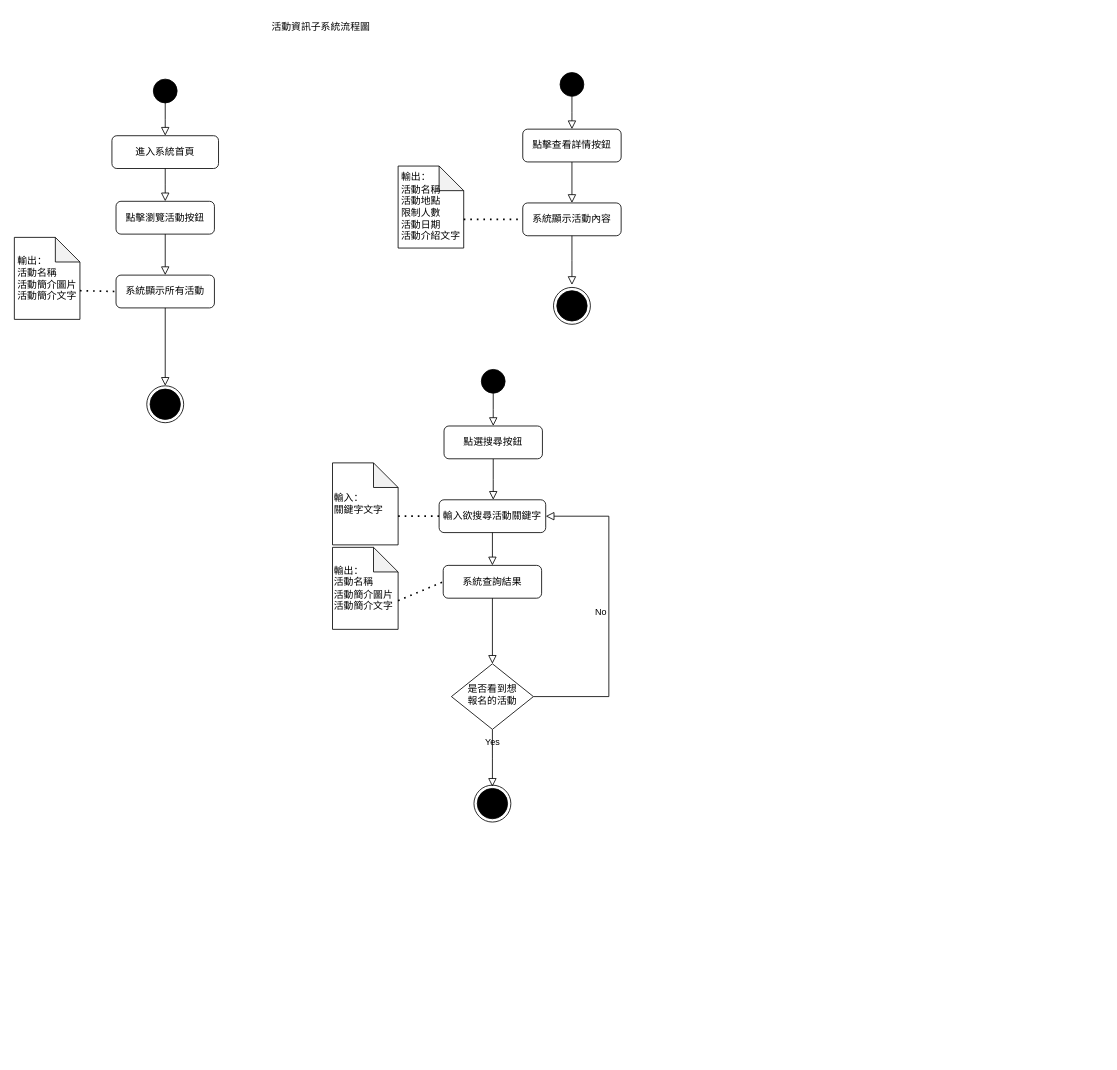
liangyinglly/liangyinglly keeps this draw.io diagram as page "Page-1" (1 of 2) of .drawio. Above is the earlier version. Source tidied: cells renumbered, new cells numbered last; positions are measured from the earlier drawing's top-left corner, leaving out a move shared by most shapes. Both pictures are drawn from the tidied source at 82%, with x=0, y=0 at pixel (14, 14).
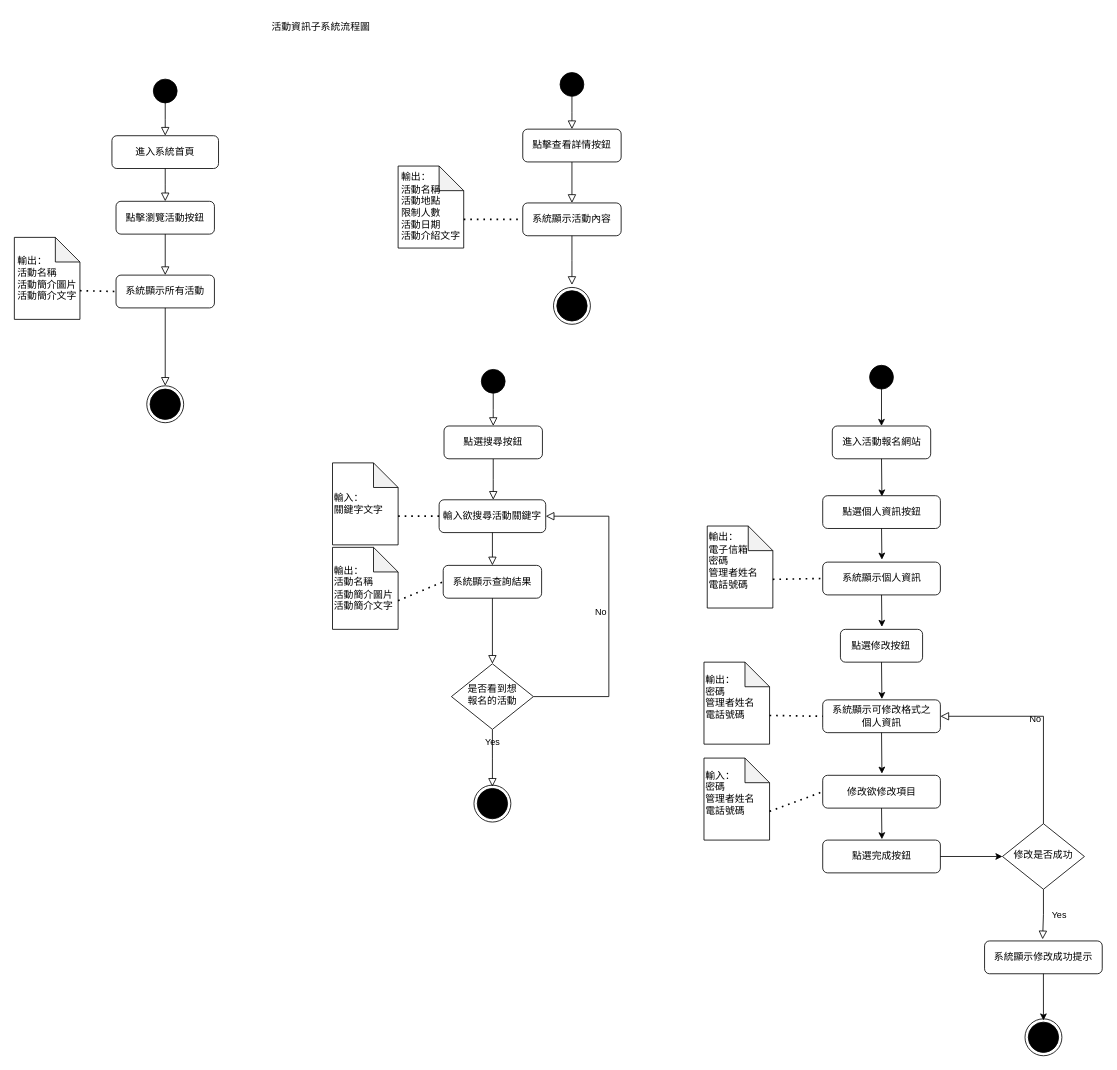
The same page after the edit.

What changed in the source:
```diff
@@
-    <mxCell id="14" value="系統查詢結果" style="rounded=1;whiteSpace=wrap;html=1;fontSize=12;glass=0;strokeWidth=1;shadow=0;" parent="1" vertex="1">
+    <mxCell id="14" value="系統顯示查詢結果" style="rounded=1;whiteSpace=wrap;html=1;fontSize=12;glass=0;strokeWidth=1;shadow=0;" parent="1" vertex="1">
       <mxGeometry x="523" y="672" width="120" height="40" as="geometry" />
     </mxCell>
@@
+    <mxCell id="42" style="ellipse;whiteSpace=wrap;html=1;fillColor=#000000;" parent="1" vertex="1">
+      <mxGeometry x="1043" y="428" width="29" height="29" as="geometry" />
+    </mxCell>
+    <mxCell id="43" style="endArrow=classic;html=1;rounded=0;exitX=0.5;exitY=1;exitDx=0;exitDy=0;entryX=0.5;entryY=0;entryDx=0;entryDy=0;" parent="1" edge="1" source="42" target="44">
+      <mxGeometry relative="1" as="geometry" />
+    </mxCell>
+    <mxCell id="44" value="進入活動報名網站" style="rounded=1;whiteSpace=wrap;html=1;fontSize=12;glass=0;strokeWidth=1;shadow=0;" parent="1" vertex="1">
+      <mxGeometry x="997.5" y="502" width="120" height="40" as="geometry" />
+    </mxCell>
+    <mxCell id="45" style="endArrow=classic;html=1;rounded=0;exitX=0.5;exitY=1;exitDx=0;exitDy=0;" parent="1" edge="1" source="44">
+      <mxGeometry relative="1" as="geometry">
+        <mxPoint x="1058" y="588" as="targetPoint" />
+      </mxGeometry>
+    </mxCell>
+    <mxCell id="46" value="點選個人資訊按鈕" style="rounded=1;whiteSpace=wrap;html=1;fontSize=12;glass=0;strokeWidth=1;shadow=0;" parent="1" vertex="1">
+      <mxGeometry x="985.8" y="587" width="143.5" height="40" as="geometry" />
+    </mxCell>
+    <mxCell id="47" style="endArrow=classic;html=1;rounded=0;exitX=0.5;exitY=1;exitDx=0;exitDy=0;" parent="1" edge="1" source="46">
+      <mxGeometry relative="1" as="geometry">
+        <mxPoint x="1058" y="665" as="targetPoint" />
+      </mxGeometry>
+    </mxCell>
+    <mxCell id="48" value="系統顯示個人資訊" style="rounded=1;whiteSpace=wrap;html=1;fontSize=12;glass=0;strokeWidth=1;shadow=0;" parent="1" vertex="1">
+      <mxGeometry x="985.8" y="668" width="143.5" height="40" as="geometry" />
+    </mxCell>
+    <mxCell id="49" value="&lt;div style=&quot;border-color: var(--border-color);&quot;&gt;輸出：&lt;/div&gt;&lt;div style=&quot;border-color: var(--border-color);&quot;&gt;電子信箱&lt;/div&gt;&lt;div style=&quot;border-color: var(--border-color);&quot;&gt;密碼&lt;/div&gt;&lt;div style=&quot;border-color: var(--border-color);&quot;&gt;管理者姓名&lt;/div&gt;&lt;div style=&quot;border-color: var(--border-color);&quot;&gt;電話號碼&lt;/div&gt;&lt;div style=&quot;border-color: var(--border-color);&quot;&gt;&lt;br&gt;&lt;/div&gt;" style="shape=note;whiteSpace=wrap;html=1;backgroundOutline=1;darkOpacity=0.05;align=left;" parent="1" vertex="1">
+      <mxGeometry x="845" y="624" width="80" height="100" as="geometry" />
+    </mxCell>
+    <mxCell id="50" style="endArrow=none;dashed=1;html=1;dashPattern=1 3;strokeWidth=2;rounded=0;exitX=0;exitY=0;exitDx=80;exitDy=65;exitPerimeter=0;entryX=0;entryY=0.5;entryDx=0;entryDy=0;" parent="1" edge="1" source="49" target="48">
+      <mxGeometry relative="1" as="geometry" />
+    </mxCell>
+    <mxCell id="51" style="endArrow=classic;html=1;rounded=0;exitX=0.5;exitY=1;exitDx=0;exitDy=0;" parent="1" edge="1" source="48">
+      <mxGeometry relative="1" as="geometry">
+        <mxPoint x="1058" y="747" as="targetPoint" />
+      </mxGeometry>
+    </mxCell>
+    <mxCell id="52" value="點選修改按鈕" style="rounded=1;whiteSpace=wrap;html=1;fontSize=12;glass=0;strokeWidth=1;shadow=0;" parent="1" vertex="1">
+      <mxGeometry x="1007.4" y="750" width="100.2" height="40" as="geometry" />
+    </mxCell>
+    <mxCell id="53" style="endArrow=classic;html=1;rounded=0;exitX=0.5;exitY=1;exitDx=0;exitDy=0;" parent="1" edge="1" source="52">
+      <mxGeometry relative="1" as="geometry">
+        <mxPoint x="1058" y="835" as="targetPoint" />
+      </mxGeometry>
+    </mxCell>
+    <mxCell id="54" value="系統顯示可修改格式之&lt;br&gt;個人資訊" style="rounded=1;whiteSpace=wrap;html=1;fontSize=12;glass=0;strokeWidth=1;shadow=0;" parent="1" vertex="1">
+      <mxGeometry x="985.8" y="836" width="143.5" height="40" as="geometry" />
+    </mxCell>
+    <mxCell id="55" value="&lt;div style=&quot;border-color: var(--border-color);&quot;&gt;輸出：&lt;/div&gt;&lt;div style=&quot;border-color: var(--border-color);&quot;&gt;密碼&lt;/div&gt;&lt;div style=&quot;border-color: var(--border-color);&quot;&gt;管理者姓名&lt;/div&gt;&lt;div style=&quot;border-color: var(--border-color);&quot;&gt;電話號碼&lt;/div&gt;&lt;div style=&quot;border-color: var(--border-color);&quot;&gt;&lt;br&gt;&lt;/div&gt;" style="shape=note;whiteSpace=wrap;html=1;backgroundOutline=1;darkOpacity=0.05;align=left;" parent="1" vertex="1">
+      <mxGeometry x="841" y="790" width="80" height="100" as="geometry" />
+    </mxCell>
+    <mxCell id="56" style="endArrow=none;dashed=1;html=1;dashPattern=1 3;strokeWidth=2;rounded=0;exitX=0;exitY=0;exitDx=80;exitDy=65;exitPerimeter=0;entryX=0;entryY=0.5;entryDx=0;entryDy=0;" parent="1" edge="1" source="55" target="54">
+      <mxGeometry relative="1" as="geometry" />
+    </mxCell>
+    <mxCell id="57" style="endArrow=classic;html=1;rounded=0;exitX=0.5;exitY=1;exitDx=0;exitDy=0;" parent="1" edge="1" source="54">
+      <mxGeometry relative="1" as="geometry">
+        <mxPoint x="1058" y="926" as="targetPoint" />
+      </mxGeometry>
+    </mxCell>
+    <mxCell id="58" value="修改欲修改項目" style="rounded=1;whiteSpace=wrap;html=1;fontSize=12;glass=0;strokeWidth=1;shadow=0;" parent="1" vertex="1">
+      <mxGeometry x="985.8" y="928" width="143.5" height="40" as="geometry" />
+    </mxCell>
+    <mxCell id="59" value="&lt;div style=&quot;border-color: var(--border-color);&quot;&gt;輸入：&lt;/div&gt;&lt;div style=&quot;border-color: var(--border-color);&quot;&gt;密碼&lt;/div&gt;&lt;div style=&quot;border-color: var(--border-color);&quot;&gt;管理者姓名&lt;/div&gt;&lt;div style=&quot;border-color: var(--border-color);&quot;&gt;電話號碼&lt;/div&gt;&lt;div style=&quot;border-color: var(--border-color);&quot;&gt;&lt;br&gt;&lt;/div&gt;" style="shape=note;whiteSpace=wrap;html=1;backgroundOutline=1;darkOpacity=0.05;align=left;" parent="1" vertex="1">
+      <mxGeometry x="841" y="907" width="80" height="100" as="geometry" />
+    </mxCell>
+    <mxCell id="60" style="endArrow=none;dashed=1;html=1;dashPattern=1 3;strokeWidth=2;rounded=0;exitX=0;exitY=0;exitDx=80;exitDy=65;exitPerimeter=0;entryX=0;entryY=0.5;entryDx=0;entryDy=0;" parent="1" edge="1" source="59" target="58">
+      <mxGeometry relative="1" as="geometry" />
+    </mxCell>
+    <mxCell id="61" style="endArrow=classic;html=1;rounded=0;exitX=0.5;exitY=1;exitDx=0;exitDy=0;" parent="1" edge="1" source="58">
+      <mxGeometry relative="1" as="geometry">
+        <mxPoint x="1058" y="1006" as="targetPoint" />
+      </mxGeometry>
+    </mxCell>
+    <mxCell id="62" value="點選完成按鈕" style="rounded=1;whiteSpace=wrap;html=1;fontSize=12;glass=0;strokeWidth=1;shadow=0;" parent="1" vertex="1">
+      <mxGeometry x="985.8" y="1007" width="143.5" height="40" as="geometry" />
+    </mxCell>
+    <mxCell id="63" value="修改是否成功" style="rhombus;whiteSpace=wrap;html=1;shadow=0;fontFamily=Helvetica;fontSize=12;align=center;strokeWidth=1;spacing=6;spacingTop=-4;" parent="1" vertex="1">
+      <mxGeometry x="1205" y="987" width="100" height="80" as="geometry" />
+    </mxCell>
+    <mxCell id="64" value="Yes" style="rounded=0;html=1;jettySize=auto;fontSize=11;endArrow=block;endFill=0;endSize=8;strokeWidth=1;shadow=0;labelBackgroundColor=none;edgeStyle=orthogonalEdgeStyle;exitX=0.5;exitY=1;exitDx=0;exitDy=0;" parent="1" edge="1" source="63">
+      <mxGeometry y="20" relative="1" as="geometry">
+        <mxPoint x="1254" y="1128" as="targetPoint" />
+      </mxGeometry>
+    </mxCell>
+    <mxCell id="65" style="endArrow=classic;html=1;rounded=0;exitX=1;exitY=0.5;exitDx=0;exitDy=0;entryX=0;entryY=0.5;entryDx=0;entryDy=0;" parent="1" edge="1" source="62" target="63">
+      <mxGeometry relative="1" as="geometry" />
+    </mxCell>
+    <mxCell id="66" value="No" style="edgeStyle=orthogonalEdgeStyle;rounded=0;html=1;jettySize=auto;fontSize=11;endArrow=block;endFill=0;endSize=8;strokeWidth=1;shadow=0;labelBackgroundColor=none;exitX=0.5;exitY=0;exitDx=0;exitDy=0;entryX=1;entryY=0.5;entryDx=0;entryDy=0;" parent="1" edge="1" source="63" target="54">
+      <mxGeometry y="10" relative="1" as="geometry">
+        <Array as="points">
+          <mxPoint x="1255" y="856" />
+        </Array>
+      </mxGeometry>
+    </mxCell>
+    <mxCell id="67" value="系統顯示修改成功提示" style="rounded=1;whiteSpace=wrap;html=1;fontSize=12;glass=0;strokeWidth=1;shadow=0;" parent="1" vertex="1">
+      <mxGeometry x="1183.2" y="1130" width="143.5" height="40" as="geometry" />
+    </mxCell>
+    <mxCell id="68" style="endArrow=classic;html=1;rounded=0;exitX=0.5;exitY=1;exitDx=0;exitDy=0;" parent="1" edge="1" source="67">
+      <mxGeometry relative="1" as="geometry">
+        <mxPoint x="1255" y="1227" as="targetPoint" />
+      </mxGeometry>
+    </mxCell>
+    <mxCell id="69" style="ellipse;whiteSpace=wrap;html=1;fillColor=#000000;" parent="1" vertex="1">
+      <mxGeometry x="1236.5" y="1229" width="37" height="37" as="geometry" />
+    </mxCell>
+    <mxCell id="70" style="ellipse;whiteSpace=wrap;html=1;fillColor=none;" parent="1" vertex="1">
+      <mxGeometry x="1232.5" y="1225" width="45" height="45" as="geometry" />
+    </mxCell>
```
